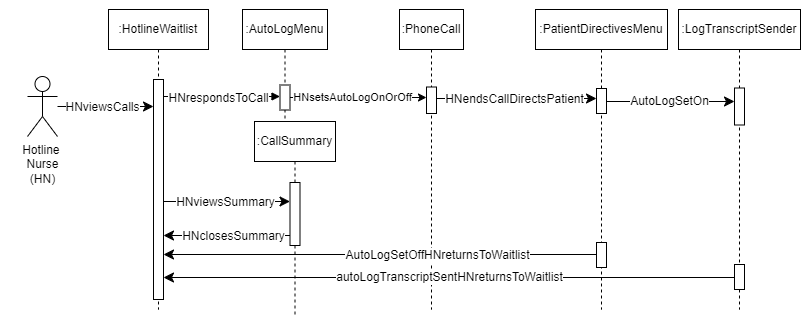
Earlier version of the draw.io export AmirWork/M2/Nurse_Hotline_SequenceDiagram.drawio.png (SENG-350-2024-fall/Team9). Source tidied: cells renumbered, new cells last; positions are measured from the earlier drawing's top-left corner, leaving out a move shared by most shapes.
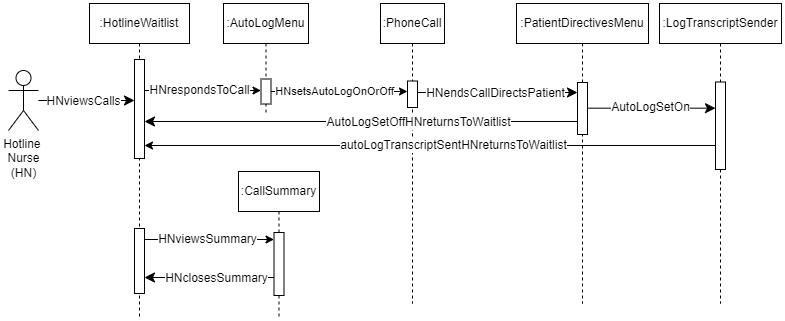
The same file after the commit.

What changed in the source:
```diff
@@ -2,31 +2,31 @@
   <root>
     <mxCell id="0" />
     <mxCell id="1" parent="0" />
-    <mxCell id="2" style="rounded=0;whiteSpace=wrap;html=1;strokeColor=none;" parent="1" vertex="1">
-      <mxGeometry x="731" width="79" height="60.5" as="geometry" />
-    </mxCell>
-    <mxCell id="3" style="rounded=0;whiteSpace=wrap;html=1;strokeColor=none;" parent="1" vertex="1">
-      <mxGeometry y="9" width="127" height="147" as="geometry" />
-    </mxCell>
     <mxCell id="4" value=":CallSummary" style="shape=umlLifeline;perimeter=lifelinePerimeter;whiteSpace=wrap;html=1;newEdgeStyle={&quot;edgeStyle&quot;:&quot;elbowEdgeStyle&quot;,&quot;elbow&quot;:&quot;vertical&quot;,&quot;curved&quot;:0,&quot;rounded&quot;:0};" parent="1" vertex="1">
-      <mxGeometry x="254" y="121" width="81" height="195" as="geometry" />
+      <mxGeometry x="257" y="177" width="81" height="146" as="geometry" />
     </mxCell>
     <mxCell id="5" style="html=1;points=[];perimeter=orthogonalPerimeter;outlineConnect=0;targetShapes=umlLifeline;portConstraint=eastwest;newEdgeStyle={&quot;edgeStyle&quot;:&quot;elbowEdgeStyle&quot;,&quot;elbow&quot;:&quot;vertical&quot;,&quot;curved&quot;:0,&quot;rounded&quot;:0};" parent="4" vertex="1">
       <mxGeometry x="35.5" y="61" width="10" height="63" as="geometry" />
     </mxCell>
     <mxCell id="6" value=":HotlineWaitlist" style="shape=umlLifeline;perimeter=lifelinePerimeter;whiteSpace=wrap;html=1;outlineConnect=0;portConstraint=eastwest;newEdgeStyle={&quot;edgeStyle&quot;:&quot;elbowEdgeStyle&quot;,&quot;elbow&quot;:&quot;vertical&quot;,&quot;curved&quot;:0,&quot;rounded&quot;:0};" parent="1" vertex="1">
-      <mxGeometry x="108" y="9" width="100" height="300" as="geometry" />
+      <mxGeometry x="108" y="9" width="100" height="313" as="geometry" />
     </mxCell>
-    <mxCell id="7" style="html=1;points=[];perimeter=orthogonalPerimeter;outlineConnect=0;targetShapes=umlLifeline;portConstraint=eastwest;newEdgeStyle={&quot;edgeStyle&quot;:&quot;elbowEdgeStyle&quot;,&quot;elbow&quot;:&quot;vertical&quot;,&quot;curved&quot;:0,&quot;rounded&quot;:0};" parent="6" vertex="1">
-      <mxGeometry x="45" y="70" width="10" height="220" as="geometry" />
-    </mxCell>
+    <mxCell id="36" style="html=1;points=[];perimeter=orthogonalPerimeter;outlineConnect=0;targetShapes=umlLifeline;portConstraint=eastwest;newEdgeStyle={&quot;edgeStyle&quot;:&quot;elbowEdgeStyle&quot;,&quot;elbow&quot;:&quot;vertical&quot;,&quot;curved&quot;:0,&quot;rounded&quot;:0};" parent="6" vertex="1">
+      <mxGeometry x="45" y="56" width="10" height="99" as="geometry" />
+    </mxCell>
+    <mxCell id="37" style="html=1;points=[];perimeter=orthogonalPerimeter;outlineConnect=0;targetShapes=umlLifeline;portConstraint=eastwest;newEdgeStyle={&quot;edgeStyle&quot;:&quot;elbowEdgeStyle&quot;,&quot;elbow&quot;:&quot;vertical&quot;,&quot;curved&quot;:0,&quot;rounded&quot;:0};" parent="6" vertex="1">
+      <mxGeometry x="45" y="225" width="10" height="65" as="geometry" />
+    </mxCell>
+    <mxCell id="17" style="edgeStyle=elbowEdgeStyle;curved=0;rounded=0;jettySize=auto;html=1;elbow=horizontal;fontSize=12;startSize=8;endSize=8;" parent="6" edge="1" source="37" target="6">
+      <mxGeometry relative="1" as="geometry" />
+    </mxCell>
     <mxCell id="8" value=":AutoLogMenu" style="shape=umlLifeline;perimeter=lifelinePerimeter;whiteSpace=wrap;html=1;newEdgeStyle={&quot;edgeStyle&quot;:&quot;elbowEdgeStyle&quot;,&quot;elbow&quot;:&quot;vertical&quot;,&quot;curved&quot;:0,&quot;rounded&quot;:0};" parent="1" vertex="1">
       <mxGeometry x="242" y="9" width="85" height="110" as="geometry" />
     </mxCell>
     <mxCell id="9" style="html=1;points=[];perimeter=orthogonalPerimeter;outlineConnect=0;targetShapes=umlLifeline;portConstraint=eastwest;newEdgeStyle={&quot;edgeStyle&quot;:&quot;elbowEdgeStyle&quot;,&quot;elbow&quot;:&quot;vertical&quot;,&quot;curved&quot;:0,&quot;rounded&quot;:0};" parent="8" vertex="1">
       <mxGeometry x="37.5" y="75.5" width="10" height="25" as="geometry" />
     </mxCell>
-    <mxCell id="10" style="html=1;verticalAlign=bottom;endArrow=block;edgeStyle=elbowEdgeStyle;elbow=vertical;curved=0;rounded=0;" parent="1" edge="1" source="7" target="9">
+    <mxCell id="10" style="html=1;verticalAlign=bottom;endArrow=classic;edgeStyle=elbowEdgeStyle;elbow=vertical;curved=0;rounded=0;endFill=1;" parent="1" edge="1" source="36" target="9">
       <mxGeometry x="0.04" y="-8" relative="1" as="geometry">
         <Array as="points">
           <mxPoint x="177" y="96" />
@@ -35,10 +35,10 @@
     </mxCell>
     <mxCell id="11" value="HNrespondsToCall" style="edgeLabel;html=1;align=center;verticalAlign=middle;fontSize=12;" parent="10" vertex="1">
       <mxGeometry x="0.02" y="-1" relative="1" as="geometry">
-        <mxPoint x="-6" as="offset" />
+        <mxPoint x="-6" y="-2" as="offset" />
       </mxGeometry>
     </mxCell>
-    <mxCell id="12" style="edgeStyle=none;curved=1;rounded=0;jettySize=auto;html=1;fontSize=12;startSize=8;endSize=8;" parent="1" edge="1" source="14" target="7">
+    <mxCell id="12" style="edgeStyle=none;curved=1;rounded=0;jettySize=auto;html=1;fontSize=12;startSize=8;endSize=8;" parent="1" edge="1" source="14" target="36">
       <mxGeometry x="0.77" y="29" relative="1" as="geometry" />
     </mxCell>
     <mxCell id="13" value="HNviewsCalls" style="edgeLabel;html=1;align=center;verticalAlign=middle;fontSize=12;" parent="12" vertex="1">
@@ -49,28 +49,6 @@
     <mxCell id="14" value="Hotline&amp;nbsp;&lt;div&gt;Nurse&lt;/div&gt;&lt;div&gt;(HN)&lt;/div&gt;" style="shape=umlActor;verticalLabelPosition=bottom;verticalAlign=top;html=1;outlineConnect=0;" parent="1" vertex="1">
       <mxGeometry x="27" y="76" width="30" height="60" as="geometry" />
     </mxCell>
-    <mxCell id="15" style="edgeStyle=elbowEdgeStyle;curved=0;rounded=0;jettySize=auto;html=1;elbow=horizontal;fontSize=12;startSize=8;endSize=8;" parent="1" edge="1" source="7" target="5">
-      <mxGeometry relative="1" as="geometry">
-        <Array as="points">
-          <mxPoint x="217" y="201" />
-        </Array>
-      </mxGeometry>
-    </mxCell>
-    <mxCell id="16" value="HNviewsSummary" style="edgeLabel;html=1;align=center;verticalAlign=middle;fontSize=12;" parent="15" vertex="1">
-      <mxGeometry x="0.09" y="-1" relative="1" as="geometry">
-        <mxPoint x="-8" y="-1" as="offset" />
-      </mxGeometry>
-    </mxCell>
-    <mxCell id="17" style="edgeStyle=elbowEdgeStyle;curved=0;rounded=0;jettySize=auto;html=1;elbow=horizontal;fontSize=12;startSize=8;endSize=8;" parent="1" edge="1" source="5" target="7">
-      <mxGeometry relative="1" as="geometry">
-        <Array as="points">
-          <mxPoint x="217" y="235" />
-        </Array>
-      </mxGeometry>
-    </mxCell>
-    <mxCell id="18" value="HNclosesSummary" style="edgeLabel;html=1;align=center;verticalAlign=middle;fontSize=12;" parent="17" vertex="1">
-      <mxGeometry x="-0.1" relative="1" as="geometry" />
-    </mxCell>
     <mxCell id="19" value=":PhoneCall" style="shape=umlLifeline;perimeter=lifelinePerimeter;whiteSpace=wrap;html=1;newEdgeStyle={&quot;edgeStyle&quot;:&quot;elbowEdgeStyle&quot;,&quot;elbow&quot;:&quot;vertical&quot;,&quot;curved&quot;:0,&quot;rounded&quot;:0};" parent="1" vertex="1">
       <mxGeometry x="399" y="9" width="64" height="300" as="geometry" />
     </mxCell>
@@ -93,11 +71,8 @@
       <mxGeometry x="535" y="9" width="132" height="300" as="geometry" />
     </mxCell>
     <mxCell id="24" style="html=1;points=[];perimeter=orthogonalPerimeter;outlineConnect=0;targetShapes=umlLifeline;portConstraint=eastwest;newEdgeStyle={&quot;edgeStyle&quot;:&quot;elbowEdgeStyle&quot;,&quot;elbow&quot;:&quot;vertical&quot;,&quot;curved&quot;:0,&quot;rounded&quot;:0};" parent="23" vertex="1">
-      <mxGeometry x="61" y="79" width="10" height="25" as="geometry" />
+      <mxGeometry x="61" y="79" width="10" height="52" as="geometry" />
     </mxCell>
-    <mxCell id="25" style="html=1;points=[];perimeter=orthogonalPerimeter;outlineConnect=0;targetShapes=umlLifeline;portConstraint=eastwest;newEdgeStyle={&quot;edgeStyle&quot;:&quot;elbowEdgeStyle&quot;,&quot;elbow&quot;:&quot;vertical&quot;,&quot;curved&quot;:0,&quot;rounded&quot;:0};" parent="23" vertex="1">
-      <mxGeometry x="61" y="233" width="10" height="25" as="geometry" />
-    </mxCell>
     <mxCell id="26" style="edgeStyle=elbowEdgeStyle;curved=0;rounded=0;jettySize=auto;html=1;elbow=vertical;fontSize=12;startSize=8;endSize=8;" parent="1" edge="1" source="20" target="24">
       <mxGeometry relative="1" as="geometry">
         <Array as="points">
@@ -113,16 +88,13 @@
     <mxCell id="28" value=":LogTranscriptSender" style="shape=umlLifeline;perimeter=lifelinePerimeter;whiteSpace=wrap;html=1;newEdgeStyle={&quot;edgeStyle&quot;:&quot;elbowEdgeStyle&quot;,&quot;elbow&quot;:&quot;vertical&quot;,&quot;curved&quot;:0,&quot;rounded&quot;:0};" parent="1" vertex="1">
       <mxGeometry x="678" y="9" width="122" height="300" as="geometry" />
     </mxCell>
-    <mxCell id="29" style="html=1;points=[];perimeter=orthogonalPerimeter;outlineConnect=0;targetShapes=umlLifeline;portConstraint=eastwest;newEdgeStyle={&quot;edgeStyle&quot;:&quot;elbowEdgeStyle&quot;,&quot;elbow&quot;:&quot;vertical&quot;,&quot;curved&quot;:0,&quot;rounded&quot;:0};" parent="28" vertex="1">
-      <mxGeometry x="56" y="255" width="10" height="25" as="geometry" />
-    </mxCell>
     <mxCell id="30" style="html=1;points=[];perimeter=orthogonalPerimeter;outlineConnect=0;targetShapes=umlLifeline;portConstraint=eastwest;newEdgeStyle={&quot;edgeStyle&quot;:&quot;elbowEdgeStyle&quot;,&quot;elbow&quot;:&quot;vertical&quot;,&quot;curved&quot;:0,&quot;rounded&quot;:0};" parent="28" vertex="1">
-      <mxGeometry x="56" y="78.5" width="10" height="37" as="geometry" />
+      <mxGeometry x="56" y="78.5" width="10" height="87.5" as="geometry" />
     </mxCell>
-    <mxCell id="31" style="edgeStyle=elbowEdgeStyle;curved=0;rounded=0;jettySize=auto;html=1;elbow=vertical;fontSize=12;startSize=8;endSize=8;startArrow=classic;startFill=1;endArrow=none;endFill=0;" parent="1" edge="1" source="7" target="25">
+    <mxCell id="31" style="edgeStyle=elbowEdgeStyle;curved=0;rounded=0;jettySize=auto;html=1;elbow=vertical;fontSize=12;startSize=8;endSize=8;startArrow=classic;startFill=1;endArrow=none;endFill=0;" parent="1" edge="1" source="36" target="24">
       <mxGeometry x="0.1" y="-2" relative="1" as="geometry">
         <Array as="points">
-          <mxPoint x="365" y="254" />
+          <mxPoint x="381" y="127" />
         </Array>
       </mxGeometry>
     </mxCell>
@@ -131,9 +103,6 @@
         <mxPoint x="-43" y="-1" as="offset" />
       </mxGeometry>
     </mxCell>
-    <mxCell id="33" value="autoLogTranscriptSentHNreturnsToWaitlist" style="edgeStyle=elbowEdgeStyle;curved=0;rounded=0;jettySize=auto;html=1;elbow=vertical;fontSize=12;startSize=8;endSize=8;" parent="1" edge="1" source="29" target="7">
-      <mxGeometry relative="1" as="geometry" />
-    </mxCell>
     <mxCell id="34" style="edgeStyle=elbowEdgeStyle;curved=0;rounded=0;jettySize=auto;html=1;elbow=vertical;fontSize=12;startSize=8;endSize=8;" parent="1" edge="1" source="24" target="30">
       <mxGeometry relative="1" as="geometry" />
     </mxCell>
@@ -142,5 +111,37 @@
         <mxPoint x="-15" as="offset" />
       </mxGeometry>
     </mxCell>
+    <mxCell id="38" style="edgeStyle=elbowEdgeStyle;rounded=0;jettySize=auto;html=1;elbow=vertical;curved=0;" parent="1" edge="1" source="30" target="36">
+      <mxGeometry relative="1" as="geometry">
+        <Array as="points">
+          <mxPoint x="453" y="151" />
+        </Array>
+      </mxGeometry>
+    </mxCell>
+    <mxCell id="33" value="&lt;span style=&quot;font-size: 12px;&quot;&gt;autoLogTranscriptSentHNreturnsToWaitlist&lt;/span&gt;" style="edgeLabel;html=1;align=center;verticalAlign=middle;" parent="38" vertex="1">
+      <mxGeometry x="-0.08" y="-1" relative="1" as="geometry" />
+    </mxCell>
+    <mxCell id="39" style="edgeStyle=elbowEdgeStyle;curved=0;rounded=0;jettySize=auto;html=1;elbow=horizontal;fontSize=12;startSize=8;endSize=8;" parent="1" edge="1" source="5" target="37">
+      <mxGeometry relative="1" as="geometry">
+        <Array as="points">
+          <mxPoint x="222" y="283" />
+        </Array>
+      </mxGeometry>
+    </mxCell>
+    <mxCell id="18" value="HNclosesSummary" style="edgeLabel;html=1;align=center;verticalAlign=middle;fontSize=12;" parent="39" vertex="1">
+      <mxGeometry x="-0.1" relative="1" as="geometry" />
+    </mxCell>
+    <mxCell id="40" style="edgeStyle=elbowEdgeStyle;rounded=0;jettySize=auto;html=1;elbow=vertical;curved=0;" parent="1" edge="1" source="37" target="5">
+      <mxGeometry relative="1" as="geometry">
+        <Array as="points">
+          <mxPoint x="228" y="245" />
+        </Array>
+      </mxGeometry>
+    </mxCell>
+    <mxCell id="16" value="&lt;span style=&quot;font-size: 12px;&quot;&gt;HNviewsSummary&lt;/span&gt;" style="edgeLabel;html=1;align=center;verticalAlign=middle;" parent="40" vertex="1">
+      <mxGeometry x="-0.23" relative="1" as="geometry">
+        <mxPoint x="12" y="-1" as="offset" />
+      </mxGeometry>
+    </mxCell>
   </root>
 </mxGraphModel>
```
